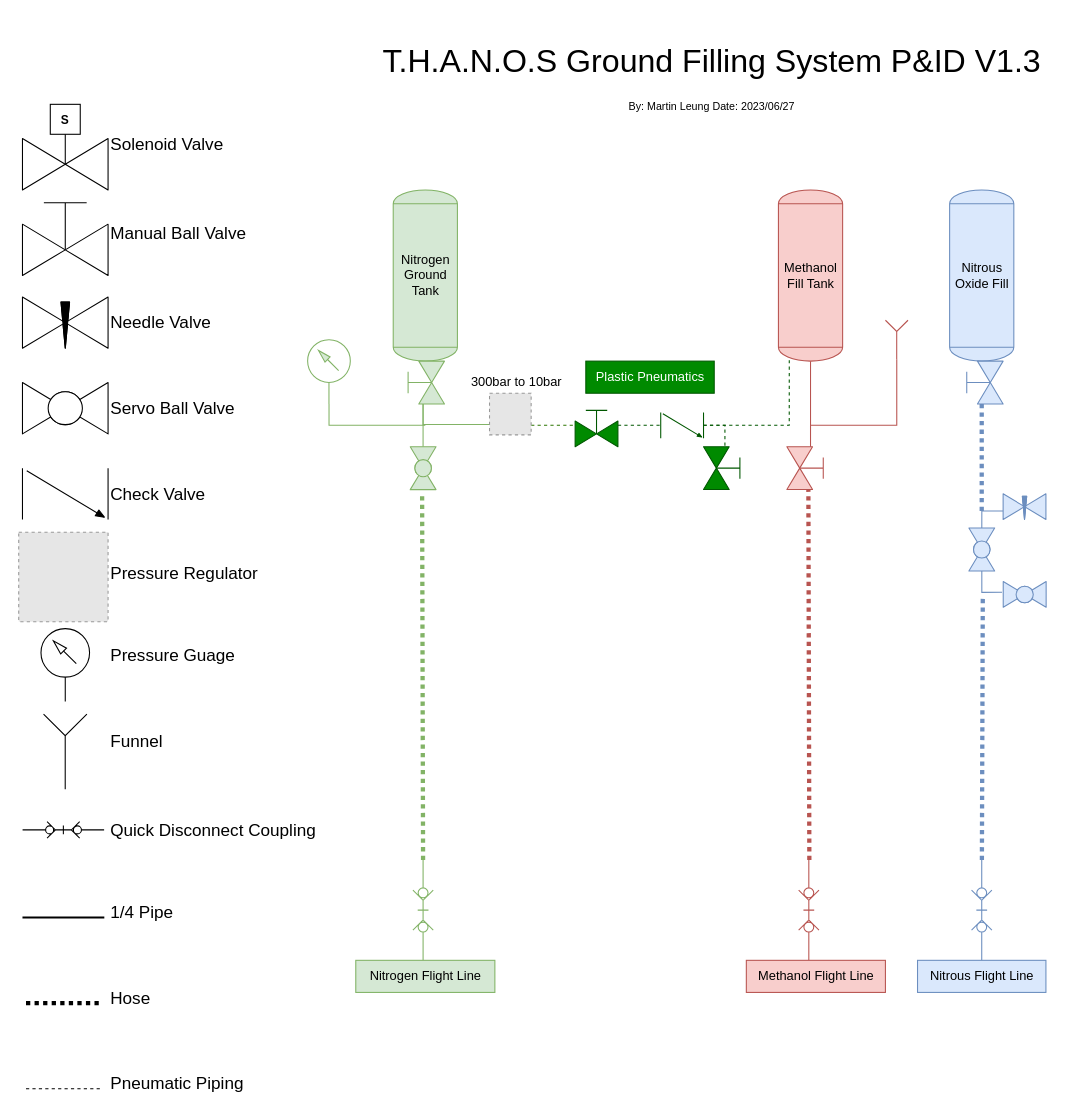
The draw.io diagram GroundSystems.drawio in icl-rocketry/Propulsion-PIDs, before the edit. Source tidied: cells renumbered, new cells numbered last; positions are measured from the earlier drawing's top-left corner, leaving out a move shared by most shapes. Both pictures are drawn from the tidied source at 107%, with x=0, y=0 at pixel (18, 31). Pictures stored in the file or linked from it are replaced by grey dashed boxes.
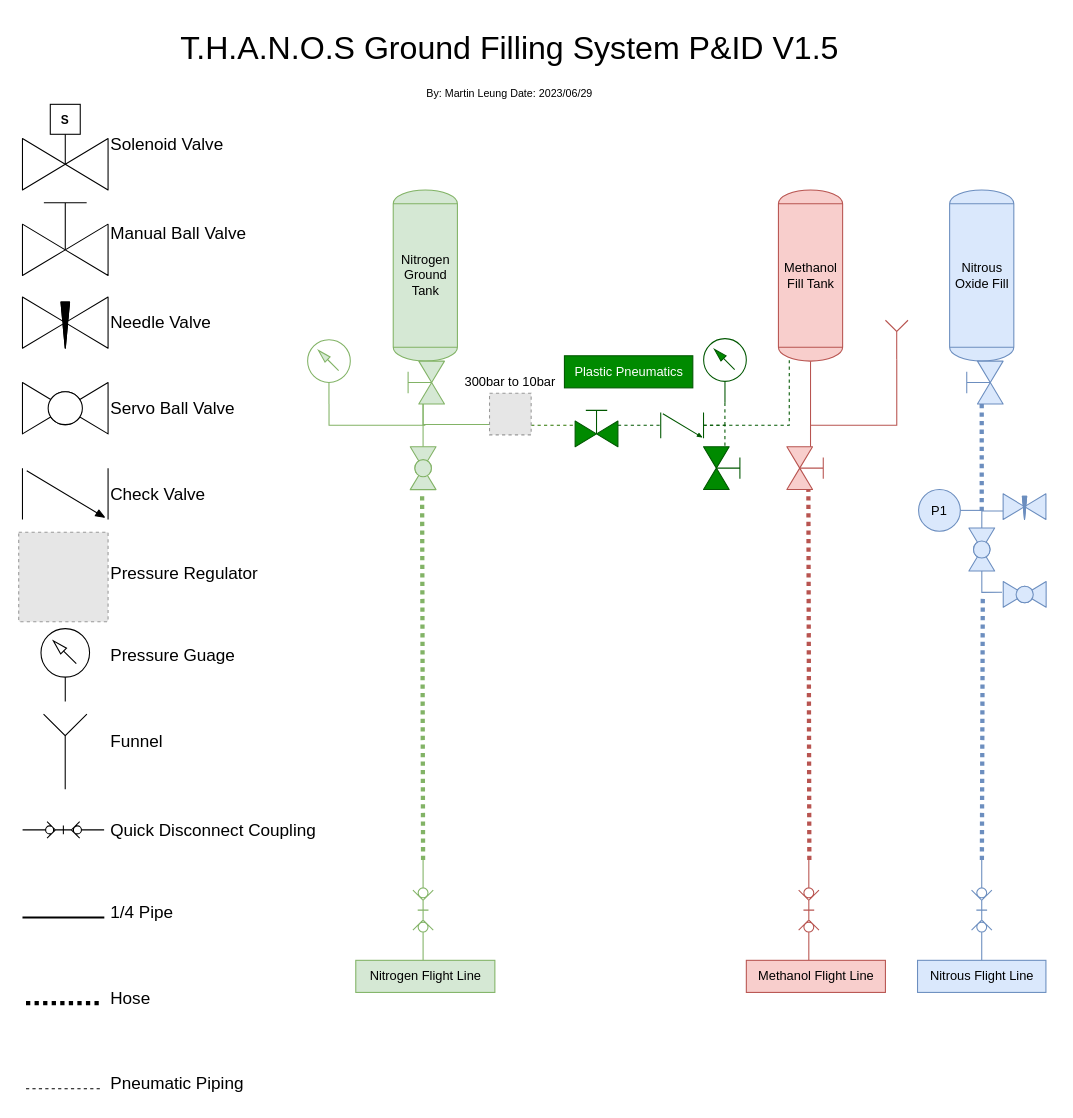
Above is the later version.

The edit, as a diff of the source:
```diff
@@
-    <mxCell id="10" value="T.H.A.N.O.S Ground Filling System P&amp;amp;ID V1.3&lt;br style=&quot;font-size: 12px;&quot;&gt;&lt;font size=&quot;1&quot;&gt;By: Martin Leung Date: 2023/06/27&lt;br&gt;&lt;/font&gt;" style="text;html=1;strokeColor=none;fillColor=none;align=center;verticalAlign=middle;whiteSpace=wrap;rounded=0;fontSize=30;" parent="1" vertex="1">
-      <mxGeometry x="328.4" y="-0.1" width="640" height="90" as="geometry" />
+    <mxCell id="10" value="T.H.A.N.O.S Ground Filling System P&amp;amp;ID V1.5&lt;br style=&quot;font-size: 12px;&quot;&gt;&lt;font size=&quot;1&quot;&gt;By: Martin Leung Date: 2023/06/29&lt;br&gt;&lt;/font&gt;" style="text;html=1;strokeColor=none;fillColor=none;align=center;verticalAlign=middle;whiteSpace=wrap;rounded=0;fontSize=30;" parent="1" vertex="1">
+      <mxGeometry x="139.4" y="-12" width="640" height="90" as="geometry" />
     </mxCell>
@@
     <mxCell id="52" value="300bar to 10bar" style="text;html=1;align=center;verticalAlign=middle;strokeColor=none;fillColor=none;" parent="1" vertex="1">
-      <mxGeometry x="410" y="313" width="110" height="30" as="geometry" />
+      <mxGeometry x="404.4" y="313" width="110" height="30" as="geometry" />
     </mxCell>
     <mxCell id="53" value="Plastic Pneumatics" style="text;html=1;align=center;verticalAlign=middle;strokeColor=#005700;fillColor=#008a00;fontColor=#ffffff;" parent="1" vertex="1">
-      <mxGeometry x="530" y="308" width="120" height="30" as="geometry" />
+      <mxGeometry x="510" y="303" width="120" height="30" as="geometry" />
     </mxCell>
@@
+    <mxCell id="66" style="edgeStyle=orthogonalEdgeStyle;rounded=0;jettySize=auto;html=1;endArrow=none;endFill=0;fillColor=#dae8fc;strokeColor=#6c8ebf;" parent="1" edge="1" source="67">
+      <mxGeometry relative="1" as="geometry">
+        <mxPoint x="900" y="447.5" as="targetPoint" />
+      </mxGeometry>
+    </mxCell>
+    <mxCell id="67" value="P1" style="ellipse;whiteSpace=wrap;html=1;fillColor=#dae8fc;strokeColor=#6c8ebf;" parent="1" vertex="1">
+      <mxGeometry x="841" y="428" width="39" height="39" as="geometry" />
+    </mxCell>
+    <mxCell id="68" style="edgeStyle=orthogonalEdgeStyle;rounded=0;jettySize=auto;html=1;endArrow=none;endFill=0;dashed=1;fillColor=#008a00;strokeColor=#005700;" parent="1" edge="1" source="69">
+      <mxGeometry relative="1" as="geometry">
+        <mxPoint x="660" y="368" as="targetPoint" />
+        <Array as="points">
+          <mxPoint x="660" y="367" />
+          <mxPoint x="661" y="367" />
+          <mxPoint x="661" y="368" />
+        </Array>
+      </mxGeometry>
+    </mxCell>
+    <mxCell id="69" style="verticalLabelPosition=bottom;html=1;verticalAlign=top;fillColor=#008a00;align=center;outlineConnect=0;shape=mxgraph.fluid_power.x11820;points=[[0.5,1,0]];rotation=0;strokeColor=#005700;fontColor=#ffffff;" parent="1" vertex="1">
+      <mxGeometry x="640.1" y="287" width="39.9" height="60" as="geometry" />
+    </mxCell>
```
